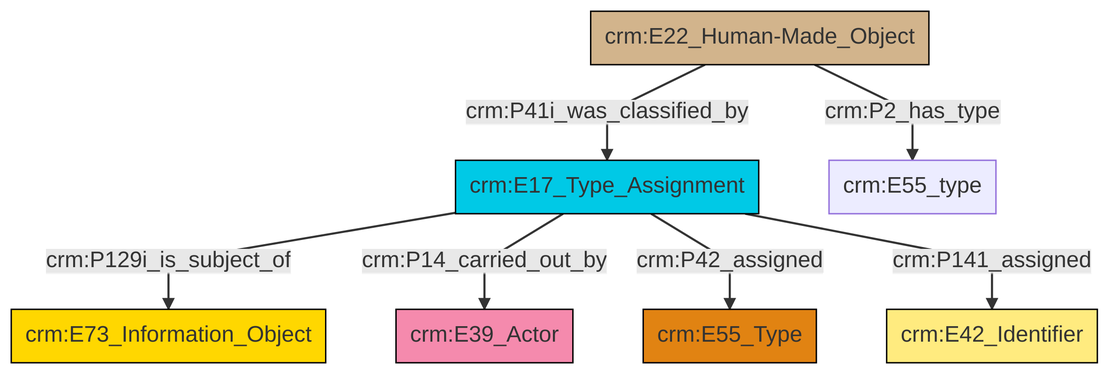
Above: et/builtWorkCSV/ttl/mmd/png/Built_Work_designation_status.png in swiss-art-research-net/reference-data-models (Mermaid), before the change. Its source is kept beside it as et/builtWorkCSV/ttl/mmd/Built_Work_designation_status.ttl.mmd.
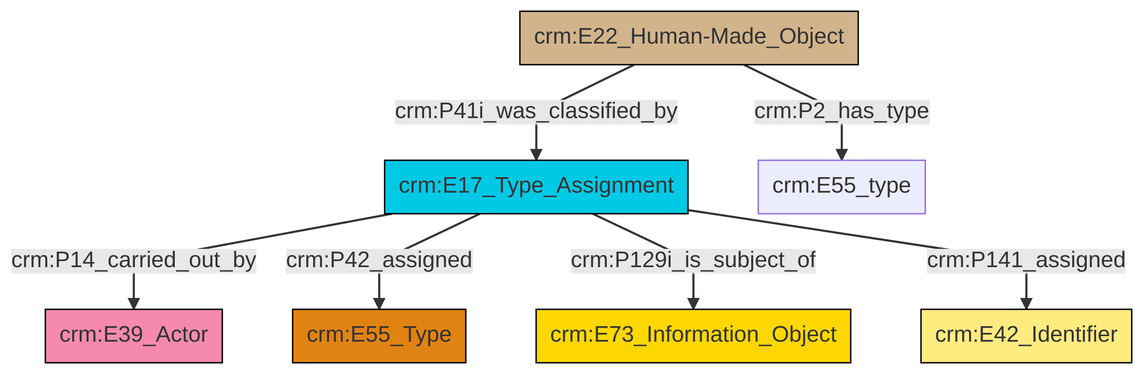
After the change.

Diff of the diagram source:
```diff
@@ -13,9 +13,9 @@
 classDef PC_Classes fill:#4ce600, stroke:#000000;
 classDef Multi fill:#cccccc,stroke:#000000;
 
-2["crm:E17_Type_Assignment"]:::Temporal_Entity -->|crm:P129i_is_subject_of| 3["crm:E73_Information_Object"]:::Conceptual_Object
-0["crm:E22_Human-Made_Object"]:::Physical_Thing -->|crm:P2_has_type| 6["crm:E55_type"]:::Default
-2["crm:E17_Type_Assignment"]:::Temporal_Entity -->|crm:P14_carried_out_by| 8["crm:E39_Actor"]:::Actor
-0["crm:E22_Human-Made_Object"]:::Physical_Thing -->|crm:P41i_was_classified_by| 2["crm:E17_Type_Assignment"]:::Temporal_Entity
-2["crm:E17_Type_Assignment"]:::Temporal_Entity -->|crm:P42_assigned| 4["crm:E55_Type"]:::Type
-2["crm:E17_Type_Assignment"]:::Temporal_Entity -->|crm:P141_assigned| 13["crm:E42_Identifier"]:::Appellation
+0["crm:E17_Type_Assignment"]:::Temporal_Entity -->|crm:P14_carried_out_by| 1["crm:E39_Actor"]:::Actor
+0["crm:E17_Type_Assignment"]:::Temporal_Entity -->|crm:P42_assigned| 2["crm:E55_Type"]:::Type
+3["crm:E22_Human-Made_Object"]:::Physical_Thing -->|crm:P2_has_type| 4["crm:E55_type"]:::Default
+0["crm:E17_Type_Assignment"]:::Temporal_Entity -->|crm:P129i_is_subject_of| 5["crm:E73_Information_Object"]:::Conceptual_Object
+3["crm:E22_Human-Made_Object"]:::Physical_Thing -->|crm:P41i_was_classified_by| 0["crm:E17_Type_Assignment"]:::Temporal_Entity
+0["crm:E17_Type_Assignment"]:::Temporal_Entity -->|crm:P141_assigned| 12["crm:E42_Identifier"]:::Appellation
```
